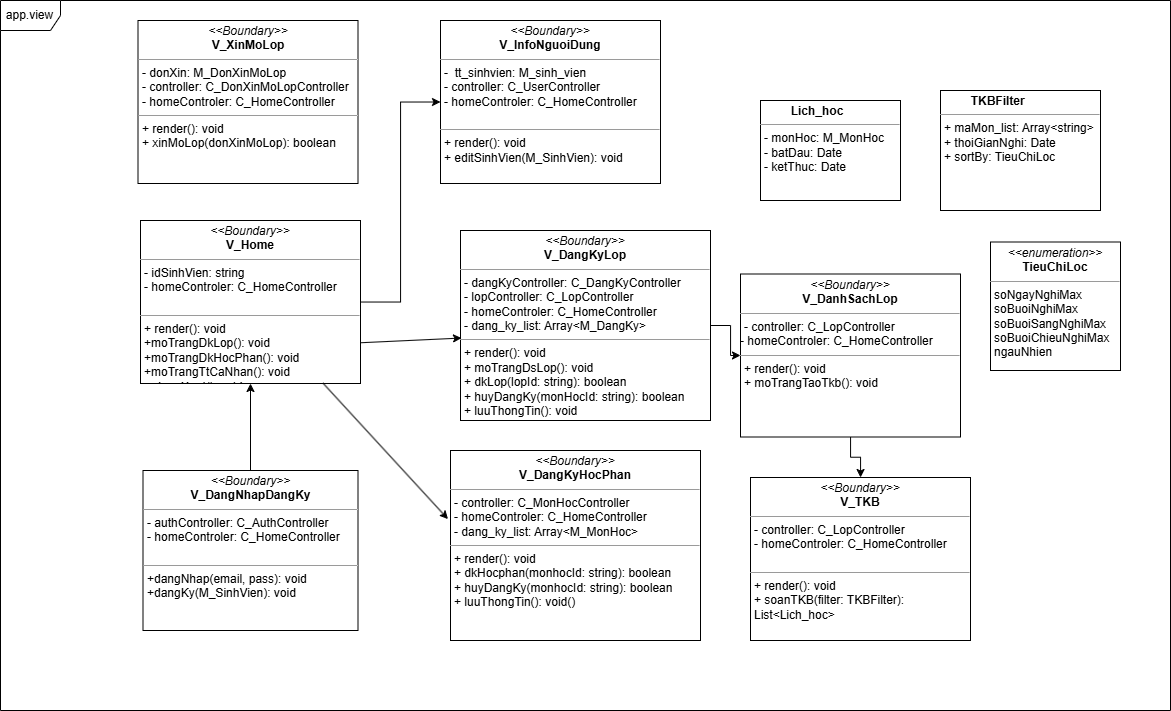
The draw.io diagram Package Diagram/View/View_package_diagram.drawio.png in imvietcuongfrvietnam/PTTKHT, before a commit. Source tidied: cells renumbered, new cells last; positions are measured from the earlier drawing's top-left corner, leaving out a move shared by most shapes.
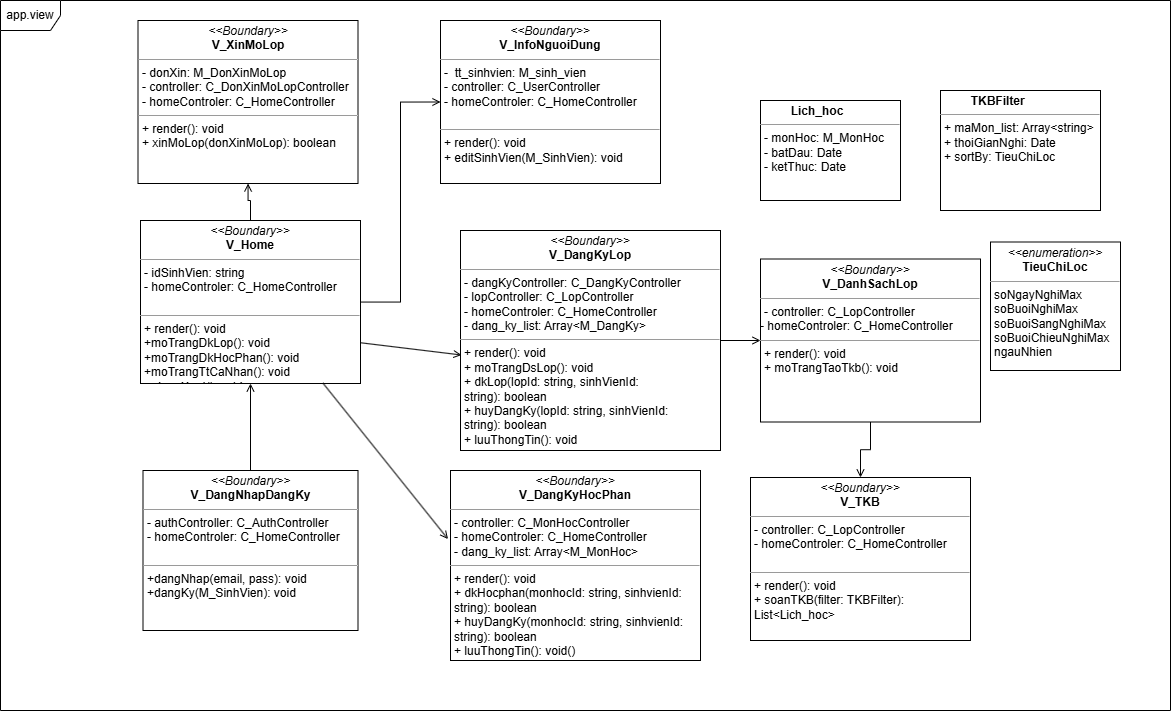
The same diagram one commit later.

The edit, as a diff of the source:
```diff
@@ -2,13 +2,16 @@
   <root>
     <mxCell id="0" />
     <mxCell id="1" parent="0" />
-    <mxCell id="2" style="edgeStyle=orthogonalEdgeStyle;rounded=0;jettySize=auto;html=1;entryX=0;entryY=0.5;entryDx=0;entryDy=0;" parent="1" edge="1" source="3" target="6">
+    <mxCell id="2" style="edgeStyle=orthogonalEdgeStyle;rounded=0;jettySize=auto;html=1;entryX=0;entryY=0.5;entryDx=0;entryDy=0;endArrow=open;endFill=0;" parent="1" edge="1" source="3" target="6">
       <mxGeometry relative="1" as="geometry" />
     </mxCell>
+    <mxCell id="20" style="edgeStyle=orthogonalEdgeStyle;rounded=0;jettySize=auto;html=1;endArrow=open;endFill=0;" parent="1" edge="1" source="3" target="18">
+      <mxGeometry relative="1" as="geometry" />
+    </mxCell>
     <mxCell id="3" value="&lt;p style=&quot;margin:0px;margin-top:4px;text-align:center;&quot;&gt;&lt;i&gt;&amp;lt;&amp;lt;Boundary&amp;gt;&amp;gt;&lt;/i&gt;&lt;br&gt;&lt;b&gt;V_Home&lt;/b&gt;&lt;/p&gt;&lt;hr size=&quot;1&quot;&gt;&lt;p style=&quot;margin:0px;margin-left:4px;&quot;&gt;- idSinhVien: string&lt;/p&gt;&lt;p style=&quot;margin:0px;margin-left:4px;&quot;&gt;- homeControler: C_HomeController&lt;/p&gt;&lt;div&gt;&lt;br&gt;&lt;/div&gt;&lt;hr size=&quot;1&quot;&gt;&lt;p style=&quot;margin:0px;margin-left:4px;&quot;&gt;+ render(): void&lt;/p&gt;&lt;p style=&quot;margin:0px;margin-left:4px;&quot;&gt;+moTrangDkLop(): void&lt;/p&gt;&lt;p style=&quot;margin:0px;margin-left:4px;&quot;&gt;+moTrangDkHocPhan(): void&lt;/p&gt;&lt;p style=&quot;margin:0px;margin-left:4px;&quot;&gt;+moTrangTtCaNhan(): void&lt;/p&gt;&lt;p style=&quot;margin:0px;margin-left:4px;&quot;&gt;+ dangXuat(): void&lt;/p&gt;" style="verticalAlign=top;align=left;overflow=fill;fontSize=12;fontFamily=Helvetica;html=1;rounded=0;shadow=0;comic=0;labelBackgroundColor=none;strokeWidth=1;" parent="1" vertex="1">
       <mxGeometry x="140" y="220" width="220" height="163" as="geometry" />
     </mxCell>
-    <mxCell id="4" style="edgeStyle=orthogonalEdgeStyle;rounded=0;jettySize=auto;html=1;" parent="1" edge="1" source="5" target="3">
+    <mxCell id="4" style="edgeStyle=orthogonalEdgeStyle;rounded=0;jettySize=auto;html=1;endArrow=open;endFill=0;" parent="1" edge="1" source="5" target="3">
       <mxGeometry relative="1" as="geometry" />
     </mxCell>
     <mxCell id="5" value="&lt;p style=&quot;margin:0px;margin-top:4px;text-align:center;&quot;&gt;&lt;i&gt;&amp;lt;&amp;lt;Boundary&amp;gt;&amp;gt;&lt;/i&gt;&lt;br&gt;&lt;b&gt;V_DangNhapDangKy&lt;/b&gt;&lt;/p&gt;&lt;hr size=&quot;1&quot;&gt;&lt;p style=&quot;margin:0px;margin-left:4px;&quot;&gt;- authController: C_AuthController&lt;/p&gt;&lt;p style=&quot;margin:0px;margin-left:4px;&quot;&gt;- homeControler: C_HomeController&lt;/p&gt;&lt;div&gt;&lt;br&gt;&lt;/div&gt;&lt;hr size=&quot;1&quot;&gt;&lt;p style=&quot;margin:0px;margin-left:4px;&quot;&gt;+dangNhap(email, pass): void&lt;/p&gt;&lt;p style=&quot;margin:0px;margin-left:4px;&quot;&gt;+dangKy(M_SinhVien): void&lt;/p&gt;" style="verticalAlign=top;align=left;overflow=fill;fontSize=12;fontFamily=Helvetica;html=1;rounded=0;shadow=0;comic=0;labelBackgroundColor=none;strokeWidth=1;" parent="1" vertex="1">
@@ -17,20 +20,20 @@
     <mxCell id="6" value="&lt;p style=&quot;margin:0px;margin-top:4px;text-align:center;&quot;&gt;&lt;i&gt;&amp;lt;&amp;lt;Boundary&amp;gt;&amp;gt;&lt;/i&gt;&lt;br&gt;&lt;b&gt;V_InfoNguoiDung&lt;/b&gt;&lt;/p&gt;&lt;hr size=&quot;1&quot;&gt;&lt;p style=&quot;margin:0px;margin-left:4px;&quot;&gt;-&amp;nbsp; tt_sinhvien: M_sinh_vien&lt;/p&gt;&lt;p style=&quot;margin:0px;margin-left:4px;&quot;&gt;- controller: C_UserController&lt;/p&gt;&lt;p style=&quot;margin:0px;margin-left:4px;&quot;&gt;- homeControler: C_HomeController&lt;/p&gt;&lt;div&gt;&lt;br&gt;&lt;/div&gt;&lt;hr size=&quot;1&quot;&gt;&lt;p style=&quot;margin:0px;margin-left:4px;&quot;&gt;+ render(): void&lt;/p&gt;&lt;p style=&quot;margin:0px;margin-left:4px;&quot;&gt;+ editSinhVien(M_SinhVien): void&lt;/p&gt;" style="verticalAlign=top;align=left;overflow=fill;fontSize=12;fontFamily=Helvetica;html=1;rounded=0;shadow=0;comic=0;labelBackgroundColor=none;strokeWidth=1;" parent="1" vertex="1">
       <mxGeometry x="440" y="20" width="220" height="163" as="geometry" />
     </mxCell>
-    <mxCell id="7" style="edgeStyle=orthogonalEdgeStyle;rounded=0;jettySize=auto;html=1;" parent="1" edge="1" source="8" target="12">
+    <mxCell id="7" style="edgeStyle=orthogonalEdgeStyle;rounded=0;jettySize=auto;html=1;endArrow=open;endFill=0;" parent="1" edge="1" source="8" target="12">
       <mxGeometry relative="1" as="geometry" />
     </mxCell>
     <mxCell id="8" value="&lt;p style=&quot;margin:0px;margin-top:4px;text-align:center;&quot;&gt;&lt;i&gt;&amp;lt;&amp;lt;Boundary&amp;gt;&amp;gt;&lt;/i&gt;&lt;br&gt;&lt;b&gt;V_DanhSachLop&lt;/b&gt;&lt;/p&gt;&lt;hr size=&quot;1&quot;&gt;&lt;p style=&quot;margin:0px;margin-left:4px;&quot;&gt;&lt;span style=&quot;background-color: transparent; color: light-dark(rgb(0, 0, 0), rgb(255, 255, 255));&quot;&gt;- controller: C_LopController&lt;/span&gt;&lt;/p&gt;- homeControler: C_HomeController&lt;hr size=&quot;1&quot;&gt;&lt;p style=&quot;margin:0px;margin-left:4px;&quot;&gt;+ render(): void&lt;/p&gt;&lt;p style=&quot;margin:0px;margin-left:4px;&quot;&gt;+ moTrangTaoTkb(): void&lt;/p&gt;&lt;p style=&quot;margin:0px;margin-left:4px;&quot;&gt;&lt;br&gt;&lt;/p&gt;" style="verticalAlign=top;align=left;overflow=fill;fontSize=12;fontFamily=Helvetica;html=1;rounded=0;shadow=0;comic=0;labelBackgroundColor=none;strokeWidth=1;" parent="1" vertex="1">
-      <mxGeometry x="740" y="273.5" width="220" height="163" as="geometry" />
+      <mxGeometry x="760" y="258.5" width="220" height="163" as="geometry" />
     </mxCell>
-    <mxCell id="9" style="edgeStyle=orthogonalEdgeStyle;rounded=0;jettySize=auto;html=1;" parent="1" edge="1" source="10" target="8">
+    <mxCell id="9" style="edgeStyle=orthogonalEdgeStyle;rounded=0;jettySize=auto;html=1;endArrow=open;endFill=0;" parent="1" edge="1" source="10" target="8">
       <mxGeometry relative="1" as="geometry" />
     </mxCell>
-    <mxCell id="10" value="&lt;p style=&quot;margin:0px;margin-top:4px;text-align:center;&quot;&gt;&lt;i&gt;&amp;lt;&amp;lt;Boundary&amp;gt;&amp;gt;&lt;/i&gt;&lt;br&gt;&lt;b&gt;V_DangKyLop&lt;/b&gt;&lt;/p&gt;&lt;hr size=&quot;1&quot;&gt;&lt;p style=&quot;margin:0px;margin-left:4px;&quot;&gt;&lt;span style=&quot;background-color: transparent; color: light-dark(rgb(0, 0, 0), rgb(255, 255, 255));&quot;&gt;- dangKyController: C_DangKyController&lt;/span&gt;&lt;/p&gt;&lt;p style=&quot;margin:0px;margin-left:4px;&quot;&gt;&lt;span style=&quot;background-color: transparent; color: light-dark(rgb(0, 0, 0), rgb(255, 255, 255));&quot;&gt;- lopController: C_LopController&lt;/span&gt;&lt;/p&gt;&lt;p style=&quot;margin:0px;margin-left:4px;&quot;&gt;- homeControler: C_HomeController&lt;/p&gt;&lt;p style=&quot;margin:0px;margin-left:4px;&quot;&gt;&lt;span style=&quot;background-color: transparent; color: light-dark(rgb(0, 0, 0), rgb(255, 255, 255));&quot;&gt;- dang_ky_list: Array&amp;lt;M_DangKy&amp;gt;&lt;/span&gt;&lt;/p&gt;&lt;hr size=&quot;1&quot;&gt;&lt;p style=&quot;margin:0px;margin-left:4px;&quot;&gt;+ render(): void&lt;/p&gt;&lt;p style=&quot;margin:0px;margin-left:4px;&quot;&gt;+ moTrangDsLop(): void&lt;/p&gt;&lt;p style=&quot;margin:0px;margin-left:4px;&quot;&gt;+ dkLop(lopId: string): boolean&lt;/p&gt;&lt;p style=&quot;margin:0px;margin-left:4px;&quot;&gt;+ huyDangKy(monHocId: string): boolean&lt;/p&gt;&lt;p style=&quot;margin:0px;margin-left:4px;&quot;&gt;+ luuThongTin(): void&lt;/p&gt;&lt;p style=&quot;margin:0px;margin-left:4px;&quot;&gt;&lt;br&gt;&lt;/p&gt;" style="verticalAlign=top;align=left;overflow=fill;fontSize=12;fontFamily=Helvetica;html=1;rounded=0;shadow=0;comic=0;labelBackgroundColor=none;strokeWidth=1;" parent="1" vertex="1">
-      <mxGeometry x="460" y="230" width="250" height="190" as="geometry" />
+    <mxCell id="10" value="&lt;p style=&quot;margin:0px;margin-top:4px;text-align:center;&quot;&gt;&lt;i&gt;&amp;lt;&amp;lt;Boundary&amp;gt;&amp;gt;&lt;/i&gt;&lt;br&gt;&lt;b&gt;V_DangKyLop&lt;/b&gt;&lt;/p&gt;&lt;hr size=&quot;1&quot;&gt;&lt;p style=&quot;margin:0px;margin-left:4px;&quot;&gt;&lt;span style=&quot;background-color: transparent; color: light-dark(rgb(0, 0, 0), rgb(255, 255, 255));&quot;&gt;- dangKyController: C_DangKyController&lt;/span&gt;&lt;/p&gt;&lt;p style=&quot;margin:0px;margin-left:4px;&quot;&gt;&lt;span style=&quot;background-color: transparent; color: light-dark(rgb(0, 0, 0), rgb(255, 255, 255));&quot;&gt;- lopController: C_LopController&lt;/span&gt;&lt;/p&gt;&lt;p style=&quot;margin:0px;margin-left:4px;&quot;&gt;- homeControler: C_HomeController&lt;/p&gt;&lt;p style=&quot;margin:0px;margin-left:4px;&quot;&gt;&lt;span style=&quot;background-color: transparent; color: light-dark(rgb(0, 0, 0), rgb(255, 255, 255));&quot;&gt;- dang_ky_list: Array&amp;lt;M_DangKy&amp;gt;&lt;/span&gt;&lt;/p&gt;&lt;hr size=&quot;1&quot;&gt;&lt;p style=&quot;margin:0px;margin-left:4px;&quot;&gt;+ render(): void&lt;/p&gt;&lt;p style=&quot;margin:0px;margin-left:4px;&quot;&gt;+ moTrangDsLop(): void&lt;/p&gt;&lt;p style=&quot;margin:0px;margin-left:4px;&quot;&gt;+ dkLop(lopId: string, sinhVienId:&amp;nbsp;&lt;/p&gt;&lt;p style=&quot;margin:0px;margin-left:4px;&quot;&gt;string): boolean&lt;/p&gt;&lt;p style=&quot;margin:0px;margin-left:4px;&quot;&gt;+ huyDangKy(lopId: string,&amp;nbsp;&lt;span style=&quot;background-color: transparent; color: light-dark(rgb(0, 0, 0), rgb(255, 255, 255));&quot;&gt;sinhVienId:&amp;nbsp;&lt;/span&gt;&lt;/p&gt;&lt;p style=&quot;margin:0px;margin-left:4px;&quot;&gt;&lt;span style=&quot;background-color: transparent; color: light-dark(rgb(0, 0, 0), rgb(255, 255, 255));&quot;&gt;string&lt;/span&gt;): boolean&lt;/p&gt;&lt;p style=&quot;margin:0px;margin-left:4px;&quot;&gt;+ luuThongTin(): void&lt;/p&gt;&lt;p style=&quot;margin:0px;margin-left:4px;&quot;&gt;&lt;br&gt;&lt;/p&gt;" style="verticalAlign=top;align=left;overflow=fill;fontSize=12;fontFamily=Helvetica;html=1;rounded=0;shadow=0;comic=0;labelBackgroundColor=none;strokeWidth=1;" parent="1" vertex="1">
+      <mxGeometry x="460" y="230" width="260" height="220" as="geometry" />
     </mxCell>
-    <mxCell id="11" value="&lt;p style=&quot;margin:0px;margin-top:4px;text-align:center;&quot;&gt;&lt;i&gt;&amp;lt;&amp;lt;Boundary&amp;gt;&amp;gt;&lt;/i&gt;&lt;br&gt;&lt;b&gt;V_DangKyHocPhan&lt;/b&gt;&lt;/p&gt;&lt;hr size=&quot;1&quot;&gt;&lt;p style=&quot;margin:0px;margin-left:4px;&quot;&gt;&lt;span style=&quot;background-color: transparent; color: light-dark(rgb(0, 0, 0), rgb(255, 255, 255));&quot;&gt;- controller: C_MonHocController&lt;/span&gt;&lt;/p&gt;&lt;p style=&quot;margin:0px;margin-left:4px;&quot;&gt;- homeControler: C_HomeController&lt;/p&gt;&lt;p style=&quot;margin:0px;margin-left:4px;&quot;&gt;&lt;span style=&quot;background-color: transparent; color: light-dark(rgb(0, 0, 0), rgb(255, 255, 255));&quot;&gt;- dang_ky_list: Array&amp;lt;M_MonHoc&amp;gt;&lt;/span&gt;&lt;/p&gt;&lt;hr size=&quot;1&quot;&gt;&lt;p style=&quot;margin:0px;margin-left:4px;&quot;&gt;+ render(): void&lt;/p&gt;&lt;p style=&quot;margin:0px;margin-left:4px;&quot;&gt;+ dkHocphan(monhocId: string): boolean&lt;/p&gt;&lt;p style=&quot;margin:0px;margin-left:4px;&quot;&gt;+ huyDangKy(monhocId: string): boolean&lt;/p&gt;&lt;p style=&quot;margin:0px;margin-left:4px;&quot;&gt;+ luuThongTin(): void()&lt;/p&gt;" style="verticalAlign=top;align=left;overflow=fill;fontSize=12;fontFamily=Helvetica;html=1;rounded=0;shadow=0;comic=0;labelBackgroundColor=none;strokeWidth=1;" parent="1" vertex="1">
-      <mxGeometry x="450" y="450" width="250" height="190" as="geometry" />
+    <mxCell id="11" value="&lt;p style=&quot;margin:0px;margin-top:4px;text-align:center;&quot;&gt;&lt;i&gt;&amp;lt;&amp;lt;Boundary&amp;gt;&amp;gt;&lt;/i&gt;&lt;br&gt;&lt;b&gt;V_DangKyHocPhan&lt;/b&gt;&lt;/p&gt;&lt;hr size=&quot;1&quot;&gt;&lt;p style=&quot;margin:0px;margin-left:4px;&quot;&gt;&lt;span style=&quot;background-color: transparent; color: light-dark(rgb(0, 0, 0), rgb(255, 255, 255));&quot;&gt;- controller: C_MonHocController&lt;/span&gt;&lt;/p&gt;&lt;p style=&quot;margin:0px;margin-left:4px;&quot;&gt;- homeControler: C_HomeController&lt;/p&gt;&lt;p style=&quot;margin:0px;margin-left:4px;&quot;&gt;&lt;span style=&quot;background-color: transparent; color: light-dark(rgb(0, 0, 0), rgb(255, 255, 255));&quot;&gt;- dang_ky_list: Array&amp;lt;M_MonHoc&amp;gt;&lt;/span&gt;&lt;/p&gt;&lt;hr size=&quot;1&quot;&gt;&lt;p style=&quot;margin:0px;margin-left:4px;&quot;&gt;+ render(): void&lt;/p&gt;&lt;p style=&quot;margin:0px;margin-left:4px;&quot;&gt;+ dkHocphan(monhocId: string, sinhvienId:&lt;/p&gt;&lt;p style=&quot;margin:0px;margin-left:4px;&quot;&gt;string):&amp;nbsp;&lt;span style=&quot;background-color: transparent; color: light-dark(rgb(0, 0, 0), rgb(255, 255, 255));&quot;&gt;boolean&lt;/span&gt;&lt;/p&gt;&lt;p style=&quot;margin:0px;margin-left:4px;&quot;&gt;+ huyDangKy(monhocId: string, sinhvienId:&amp;nbsp;&lt;/p&gt;&lt;p style=&quot;margin:0px;margin-left:4px;&quot;&gt;&lt;span style=&quot;background-color: transparent; color: light-dark(rgb(0, 0, 0), rgb(255, 255, 255));&quot;&gt;string): boolean&lt;/span&gt;&lt;/p&gt;&lt;p style=&quot;margin:0px;margin-left:4px;&quot;&gt;+ luuThongTin(): void()&lt;/p&gt;" style="verticalAlign=top;align=left;overflow=fill;fontSize=12;fontFamily=Helvetica;html=1;rounded=0;shadow=0;comic=0;labelBackgroundColor=none;strokeWidth=1;" parent="1" vertex="1">
+      <mxGeometry x="450" y="470" width="250" height="190" as="geometry" />
     </mxCell>
     <mxCell id="12" value="&lt;p style=&quot;margin:0px;margin-top:4px;text-align:center;&quot;&gt;&lt;i&gt;&amp;lt;&amp;lt;Boundary&amp;gt;&amp;gt;&lt;/i&gt;&lt;br&gt;&lt;b&gt;V_TKB&lt;/b&gt;&lt;/p&gt;&lt;hr size=&quot;1&quot;&gt;&lt;p style=&quot;margin:0px;margin-left:4px;&quot;&gt;&lt;span style=&quot;background-color: transparent; color: light-dark(rgb(0, 0, 0), rgb(255, 255, 255));&quot;&gt;- controller: C_LopController&lt;/span&gt;&lt;/p&gt;&lt;p style=&quot;margin:0px;margin-left:4px;&quot;&gt;- homeControler: C_HomeController&lt;span style=&quot;background-color: transparent; color: light-dark(rgb(0, 0, 0), rgb(255, 255, 255));&quot;&gt;&lt;/span&gt;&lt;/p&gt;&lt;div&gt;&lt;br&gt;&lt;/div&gt;&lt;hr size=&quot;1&quot;&gt;&lt;p style=&quot;margin:0px;margin-left:4px;&quot;&gt;+ render(): void&lt;/p&gt;&lt;p style=&quot;margin:0px;margin-left:4px;&quot;&gt;+ soanTKB(filter: TKBFilter):&amp;nbsp;&lt;/p&gt;&lt;p style=&quot;margin:0px;margin-left:4px;&quot;&gt;List&amp;lt;Lich_hoc&amp;gt;&lt;/p&gt;" style="verticalAlign=top;align=left;overflow=fill;fontSize=12;fontFamily=Helvetica;html=1;rounded=0;shadow=0;comic=0;labelBackgroundColor=none;strokeWidth=1;" parent="1" vertex="1">
       <mxGeometry x="750" y="477" width="220" height="163" as="geometry" />
@@ -41,10 +44,10 @@
     <mxCell id="14" value="&lt;p style=&quot;margin:0px;margin-top:4px;text-align:center;&quot;&gt;&lt;/p&gt;&lt;p style=&quot;margin:0px;margin-left:4px;&quot;&gt;&lt;span style=&quot;background-color: transparent; color: light-dark(rgb(0, 0, 0), rgb(255, 255, 255));&quot;&gt;&lt;b&gt;&lt;span style=&quot;white-space: pre;&quot;&gt;&#9;&lt;/span&gt;TKBFilter&lt;/b&gt;&lt;/span&gt;&lt;/p&gt;&lt;hr size=&quot;1&quot;&gt;&lt;p style=&quot;margin:0px;margin-left:4px;&quot;&gt;+ maMon_list: Array&amp;lt;string&amp;gt;&lt;/p&gt;&lt;p style=&quot;margin:0px;margin-left:4px;&quot;&gt;+ thoiGianNghi: Date&lt;br&gt;+ sortBy: TieuChiLoc&lt;/p&gt;" style="verticalAlign=top;align=left;overflow=fill;fontSize=12;fontFamily=Helvetica;html=1;rounded=0;shadow=0;comic=0;labelBackgroundColor=none;strokeWidth=1;" parent="1" vertex="1">
       <mxGeometry x="940" y="90" width="160" height="120" as="geometry" />
     </mxCell>
-    <mxCell id="15" style="endArrow=classic;html=1;rounded=0;exitX=1;exitY=0.75;exitDx=0;exitDy=0;entryX=0.004;entryY=0.566;entryDx=0;entryDy=0;entryPerimeter=0;" parent="1" edge="1" source="3" target="10">
+    <mxCell id="15" style="endArrow=open;html=1;rounded=0;exitX=1;exitY=0.75;exitDx=0;exitDy=0;entryX=0.004;entryY=0.566;entryDx=0;entryDy=0;entryPerimeter=0;endFill=0;" parent="1" edge="1" source="3" target="10">
       <mxGeometry relative="1" as="geometry" />
     </mxCell>
-    <mxCell id="16" style="endArrow=classic;html=1;rounded=0;exitX=0.829;exitY=0.997;exitDx=0;exitDy=0;exitPerimeter=0;entryX=-0.01;entryY=0.361;entryDx=0;entryDy=0;entryPerimeter=0;" parent="1" edge="1" source="3" target="11">
+    <mxCell id="16" style="endArrow=open;html=1;rounded=0;exitX=0.829;exitY=0.997;exitDx=0;exitDy=0;exitPerimeter=0;entryX=-0.01;entryY=0.361;entryDx=0;entryDy=0;entryPerimeter=0;endFill=0;" parent="1" edge="1" source="3" target="11">
       <mxGeometry relative="1" as="geometry" />
     </mxCell>
     <mxCell id="17" value="app.view" style="shape=umlFrame;whiteSpace=wrap;html=1;" parent="1" vertex="1">
```
